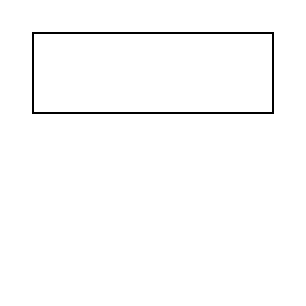
Above: 未命名绘图.drawio in zhouyuming/drawio (draw.io), before the change. Source tidied: cells renumbered, new cells numbered last; positions are measured from the earlier drawing's top-left corner, leaving out a move shared by most shapes. Both pictures are drawn from the tidied source at 200%, with x=0, y=0 at pixel (32, 32).
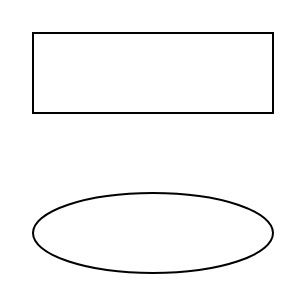
After the change.

Commit message (it also covers changes not shown here):
更新未命名绘图.drawio

The edit, as a diff of the source:
```diff
@@
 <mxGraphModel>
   <root>
     <mxCell id="0" />
     <mxCell id="1" parent="0" />
     <mxCell id="2" style="rounded=0;whiteSpace=wrap;html=1;" parent="1" vertex="1">
       <mxGeometry width="120" height="40" as="geometry" />
     </mxCell>
+    <mxCell id="3" style="ellipse;whiteSpace=wrap;html=1;" parent="1" vertex="1">
+      <mxGeometry y="80" width="120" height="40" as="geometry" />
+    </mxCell>
   </root>
 </mxGraphModel>
```
